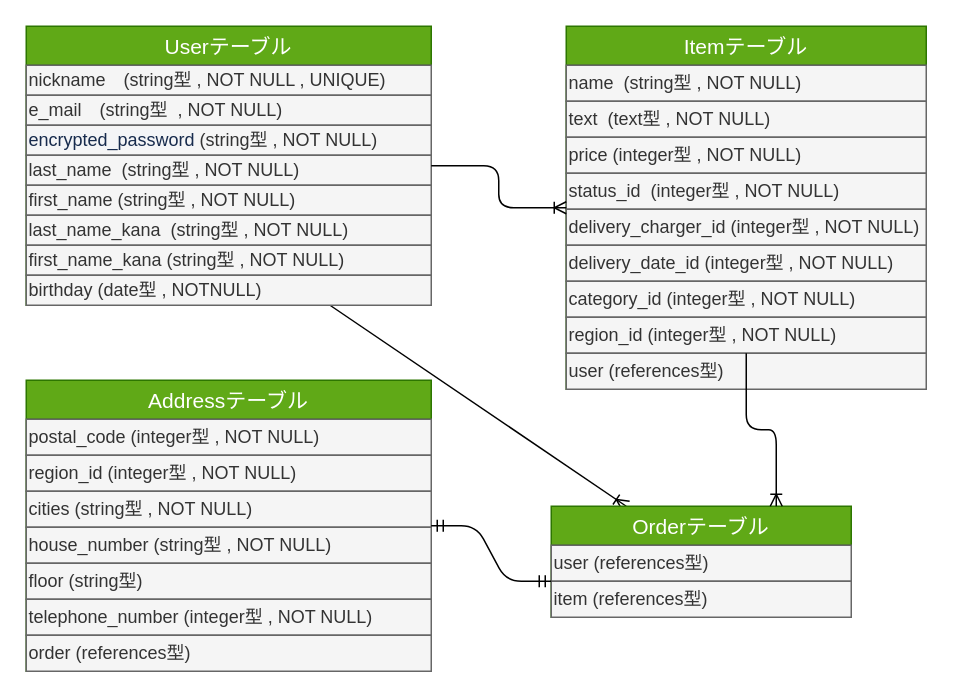
Above: er.dio in matsuurara/furima-35948 (draw.io), before the change. Source tidied: cells renumbered, new cells numbered last; positions are measured from the earlier drawing's top-left corner, leaving out a move shared by most shapes. Both pictures are drawn from the tidied source at 150%, with x=0, y=0 at pixel (26, 26).
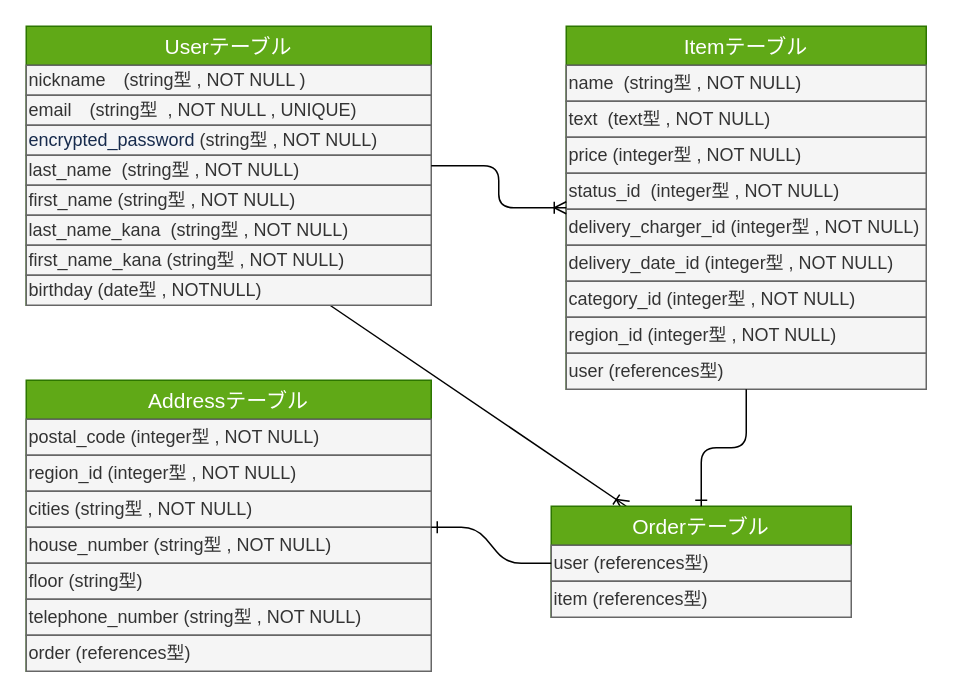
The same page after the edit.

Commit message (it also covers changes not shown here):
一意性を付与するカラムを修正、references型に外部キー制限を付与、アソシエーションの記述にhas_oneを使用、電話番号をstring型に変更

Unchanged cells that the change refers to:
```xml
<mxCell id="3" value="Userテーブル" style="swimlane;fontStyle=0;horizontal=1;startSize=26;align=center;fontSize=14;fillColor=#60a917;strokeColor=#2D7600;fontColor=#ffffff;" parent="1" vertex="1">
  <mxGeometry width="270" height="186" as="geometry" />
</mxCell>
<mxCell id="20" value="region_id (integer型 , NOT NULL)" style="text;html=1;strokeColor=#666666;fillColor=#f5f5f5;align=left;verticalAlign=middle;whiteSpace=wrap;rounded=0;fontSize=12;labelPosition=center;verticalLabelPosition=middle;fontColor=#333333;" parent="12" vertex="1">
  <mxGeometry y="194" width="240" height="24" as="geometry" />
</mxCell>
<mxCell id="21" value="user (references型)" style="text;html=1;strokeColor=#666666;fillColor=#f5f5f5;align=left;verticalAlign=middle;whiteSpace=wrap;rounded=0;fontSize=12;labelPosition=center;verticalLabelPosition=middle;fontColor=#333333;" parent="12" vertex="1">
  <mxGeometry y="218" width="240" height="24" as="geometry" />
</mxCell>
<mxCell id="22" value="Orderテーブル" style="swimlane;fontStyle=0;horizontal=1;startSize=26;align=center;fontSize=14;fillColor=#60a917;strokeColor=#2D7600;fontColor=#ffffff;" parent="1" vertex="1">
  <mxGeometry x="350" y="320" width="200" height="74" as="geometry" />
</mxCell>
<mxCell id="23" value="user (references型)" style="text;html=1;strokeColor=#666666;fillColor=#f5f5f5;align=left;verticalAlign=middle;whiteSpace=wrap;rounded=0;fontSize=12;labelPosition=center;verticalLabelPosition=middle;fontColor=#333333;" parent="22" vertex="1">
  <mxGeometry y="26" width="200" height="24" as="geometry" />
</mxCell>
<mxCell id="24" value="item (references型)" style="text;html=1;strokeColor=#666666;fillColor=#f5f5f5;align=left;verticalAlign=middle;whiteSpace=wrap;rounded=0;fontSize=12;labelPosition=center;verticalLabelPosition=middle;fontColor=#333333;" parent="22" vertex="1">
  <mxGeometry y="50" width="200" height="24" as="geometry" />
</mxCell>
<mxCell id="27" value="Addressテーブル" style="swimlane;fontStyle=0;horizontal=1;startSize=26;align=center;fontSize=14;fillColor=#60a917;strokeColor=#2D7600;fontColor=#ffffff;" parent="1" vertex="1">
  <mxGeometry y="236" width="270" height="194" as="geometry" />
</mxCell>
<mxCell id="30" value="cities (string型 , NOT NULL)" style="text;html=1;strokeColor=#666666;fillColor=#f5f5f5;align=left;verticalAlign=middle;whiteSpace=wrap;rounded=0;fontSize=12;labelPosition=center;verticalLabelPosition=middle;fontColor=#333333;" parent="27" vertex="1">
  <mxGeometry y="74" width="270" height="24" as="geometry" />
</mxCell>
```

Change to the diagram source:
```diff
@@
-    <mxCell id="4" value="nickname　(string型 , NOT NULL , UNIQUE)" style="text;html=1;align=left;verticalAlign=middle;whiteSpace=wrap;rounded=0;fontSize=12;labelPosition=center;verticalLabelPosition=middle;fillColor=#f5f5f5;strokeColor=#666666;fontColor=#333333;" parent="3" vertex="1">
+    <mxCell id="4" value="nickname　(string型 , NOT NULL )" style="text;html=1;align=left;verticalAlign=middle;whiteSpace=wrap;rounded=0;fontSize=12;labelPosition=center;verticalLabelPosition=middle;fillColor=#f5f5f5;strokeColor=#666666;fontColor=#333333;" parent="3" vertex="1">
       <mxGeometry y="26" width="270" height="20" as="geometry" />
     </mxCell>
-    <mxCell id="5" value="e_mail　(string型&amp;nbsp; , NOT NULL)" style="text;html=1;strokeColor=#666666;fillColor=#f5f5f5;align=left;verticalAlign=middle;whiteSpace=wrap;rounded=0;fontSize=12;labelPosition=center;verticalLabelPosition=middle;fontColor=#333333;" parent="3" vertex="1">
+    <mxCell id="5" value="email　(string型&amp;nbsp; , NOT NULL , UNIQUE)" style="text;html=1;strokeColor=#666666;fillColor=#f5f5f5;align=left;verticalAlign=middle;whiteSpace=wrap;rounded=0;fontSize=12;labelPosition=center;verticalLabelPosition=middle;fontColor=#333333;" parent="3" vertex="1">
       <mxGeometry y="46" width="270" height="20" as="geometry" />
     </mxCell>
@@
-    <mxCell id="26" style="edgeStyle=orthogonalEdgeStyle;fontSize=12;html=1;endArrow=ERoneToMany;entryX=0.75;entryY=0;entryDx=0;entryDy=0;exitX=0.5;exitY=1;exitDx=0;exitDy=0;" parent="1" edge="1" source="20" target="22">
-      <mxGeometry relative="1" as="geometry" />
-    </mxCell>
@@
-    <mxCell id="33" value="telephone_number (integer型 , NOT NULL)" style="text;html=1;strokeColor=#666666;fillColor=#f5f5f5;align=left;verticalAlign=middle;whiteSpace=wrap;rounded=0;fontSize=12;labelPosition=center;verticalLabelPosition=middle;fontColor=#333333;" parent="27" vertex="1">
+    <mxCell id="33" value="telephone_number (string型 , NOT NULL)" style="text;html=1;strokeColor=#666666;fillColor=#f5f5f5;align=left;verticalAlign=middle;whiteSpace=wrap;rounded=0;fontSize=12;labelPosition=center;verticalLabelPosition=middle;fontColor=#333333;" parent="27" vertex="1">
       <mxGeometry y="146" width="270" height="24" as="geometry" />
     </mxCell>
@@
-    <mxCell id="35" style="edgeStyle=entityRelationEdgeStyle;fontSize=12;html=1;endArrow=ERmandOne;startArrow=ERmandOne;exitX=1;exitY=0.5;exitDx=0;exitDy=0;entryX=0;entryY=0;entryDx=0;entryDy=0;" parent="1" edge="1" source="27" target="24">
-      <mxGeometry relative="1" as="geometry" />
-    </mxCell>
+    <mxCell id="36" style="edgeStyle=orthogonalEdgeStyle;fontSize=12;html=1;endArrow=ERone;endFill=1;entryX=0.5;entryY=0;entryDx=0;entryDy=0;exitX=0.5;exitY=1;exitDx=0;exitDy=0;" parent="1" edge="1" source="21" target="22">
+      <mxGeometry relative="1" as="geometry" />
+    </mxCell>
+    <mxCell id="37" style="edgeStyle=entityRelationEdgeStyle;fontSize=12;html=1;endArrow=ERone;endFill=1;exitX=0;exitY=0.5;exitDx=0;exitDy=0;entryX=1;entryY=1;entryDx=0;entryDy=0;" parent="1" edge="1" source="23" target="30">
+      <mxGeometry relative="1" as="geometry" />
+    </mxCell>
```
